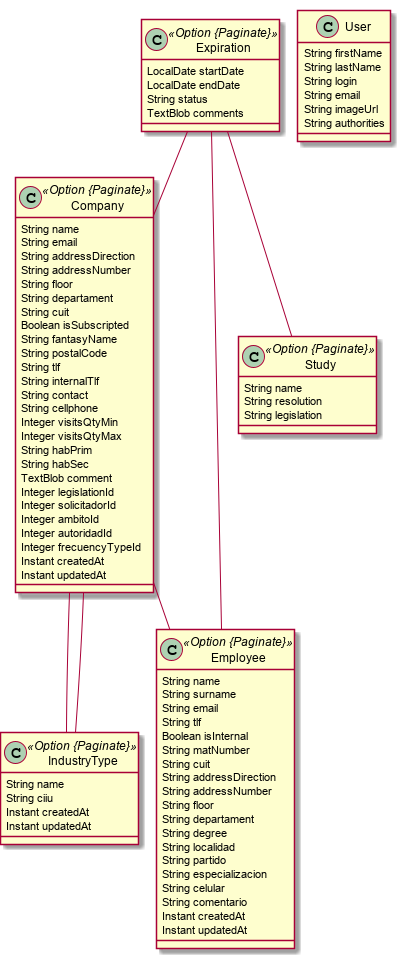
The PlantUML diagram sepa/BaseSepa.png in SepaSoporteIt/SEPA_APP_REACT, before a commit.
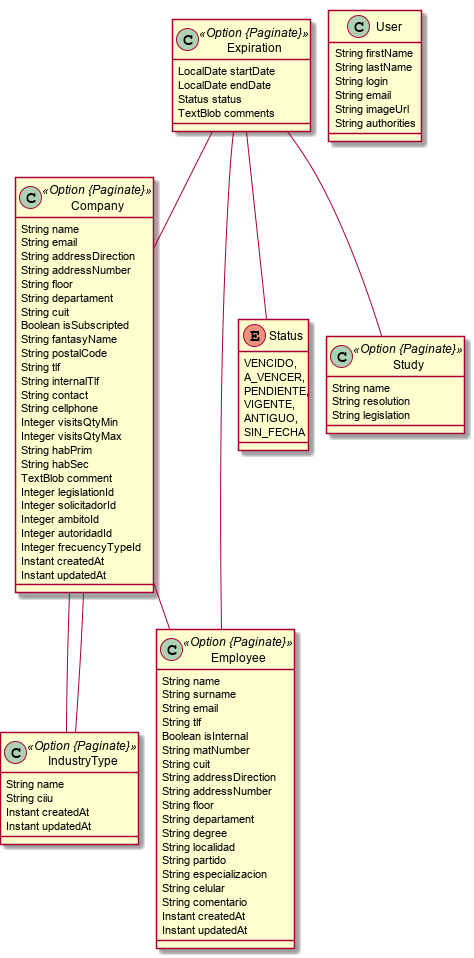
After the commit.

What changed in the source:
```diff
@@ -59,13 +59,22 @@
 	class Expiration <<Option {Paginate}>> {
 		LocalDate startDate
 		LocalDate endDate
-		String status
+		Status status
 		TextBlob comments
 	}
+	Expiration ..> Status
 	class Study <<Option {Paginate}>> {
 		String name
 		String resolution
 		String legislation
+	}
+	enum Status {
+		VENCIDO,
+		A_VENCER,
+		PENDIENTE,
+		VIGENTE,
+		ANTIGUO,
+		SIN_FECHA
 	}
 	Company  "employee(name) 0..1 " -- "0..1 "  Employee
 	Company  "primIndustryTipe(ciiu) 0..1 " -- "0..1 "  IndustryType
```
